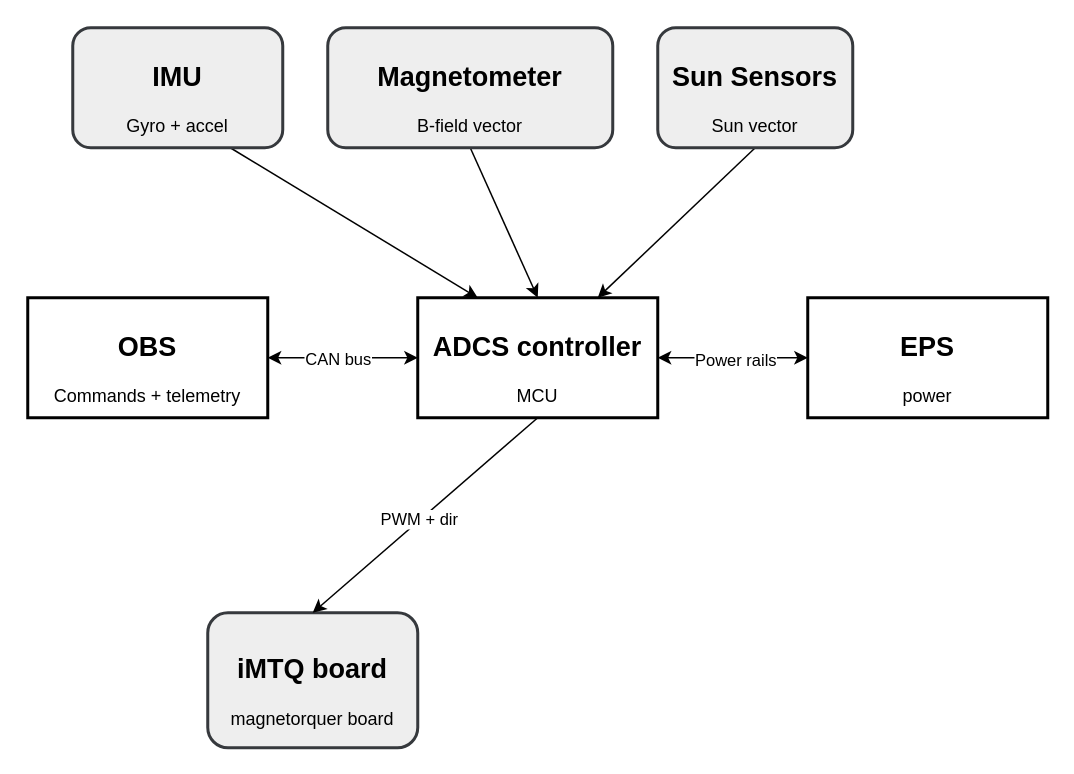
QSET-Sat/qset-doc keeps this draw.io diagram as page "System Context" (1 of 7) of docs/subteams/adcs/ADCS_software_architecture.drawio. Above is the earlier version. Source tidied: cells renumbered, new cells numbered last; positions are measured from the earlier drawing's top-left corner, leaving out a move shared by most shapes. Both pictures are drawn from the tidied source at 150%, with x=0, y=0 at pixel (27, 27).
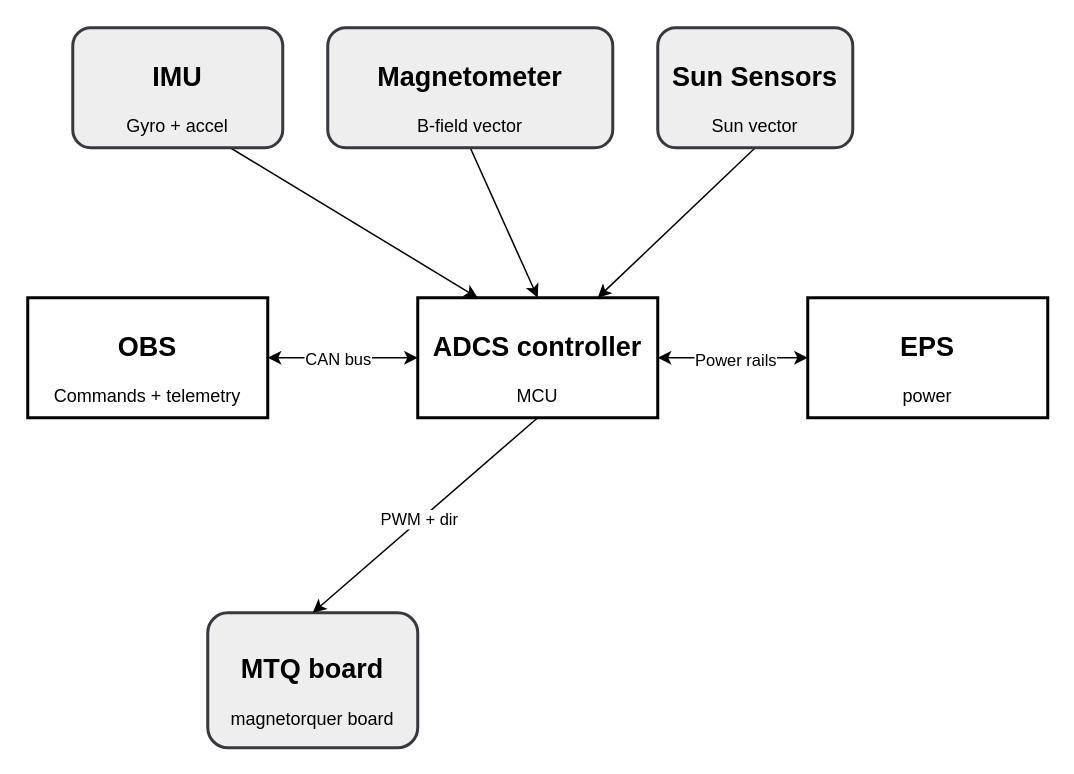
Above is the later version.

What changed in the source:
```diff
@@
-    <mxCell id="8" value="&lt;h2&gt;iMTQ board&lt;/h2&gt;&lt;div&gt;magnetorquer board&lt;/div&gt;" style="rounded=1;whiteSpace=wrap;html=1;strokeWidth=2;fillColor=#eeeeee;strokeColor=#36393d;" parent="1" vertex="1">
+    <mxCell id="8" value="&lt;h2&gt;MTQ board&lt;/h2&gt;&lt;div&gt;magnetorquer board&lt;/div&gt;" style="rounded=1;whiteSpace=wrap;html=1;strokeWidth=2;fillColor=#eeeeee;strokeColor=#36393d;" parent="1" vertex="1">
       <mxGeometry x="120" y="390" width="140" height="90" as="geometry" />
     </mxCell>
```
